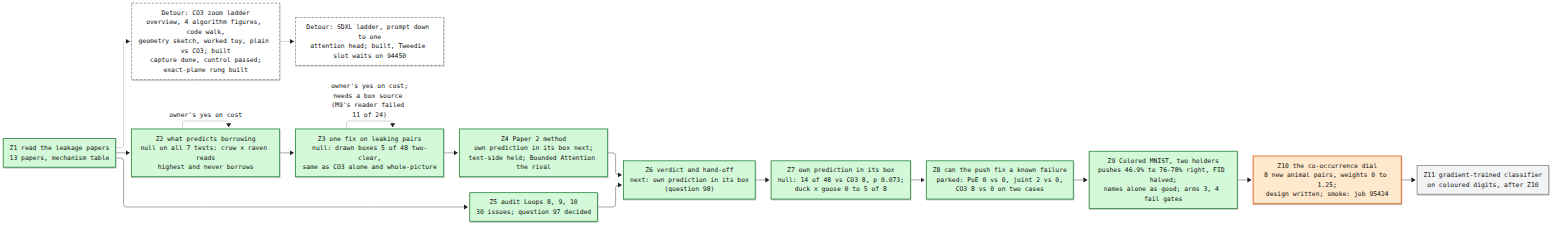
Above: artifacts/notes/progress/leakage/loop-12-progress.png in mo-rsa24/concept-composition (Mermaid), before the change. Its source is kept beside it as artifacts/notes/progress/leakage/loop-12-progress.mmd.
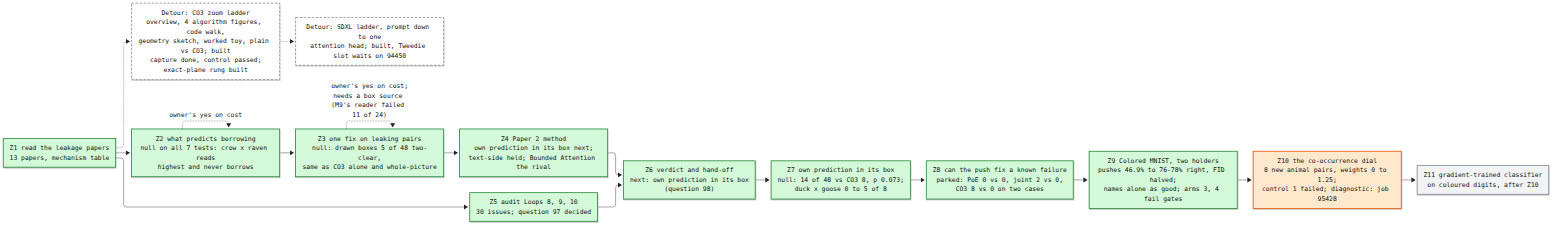
After the commit.

Commit message:
Loop 12 map: Z10 diagnostic

What changed in the source:
```diff
@@ -20,7 +20,7 @@
   Z7 --> Z8
   Z9["Z9 Colored MNIST, two holders<br/>pushes 46.9% to 76-78% right, FID halved;<br/>names alone as good; arms 3, 4 fail gates"]:::done
   Z8 --> Z9
-  Z10["Z10 the co-occurrence dial<br/>8 new animal pairs, weights 0 to 1.25;<br/>design written; smoke: job 95424"]:::doing
+  Z10["Z10 the co-occurrence dial<br/>8 new animal pairs, weights 0 to 1.25;<br/>control 1 failed; diagnostic: job 95428"]:::doing
   Z9 --> Z10
   Z11["Z11 gradient-trained classifier<br/>on coloured digits, after Z10"]:::todo
   Z10 --> Z11
```
